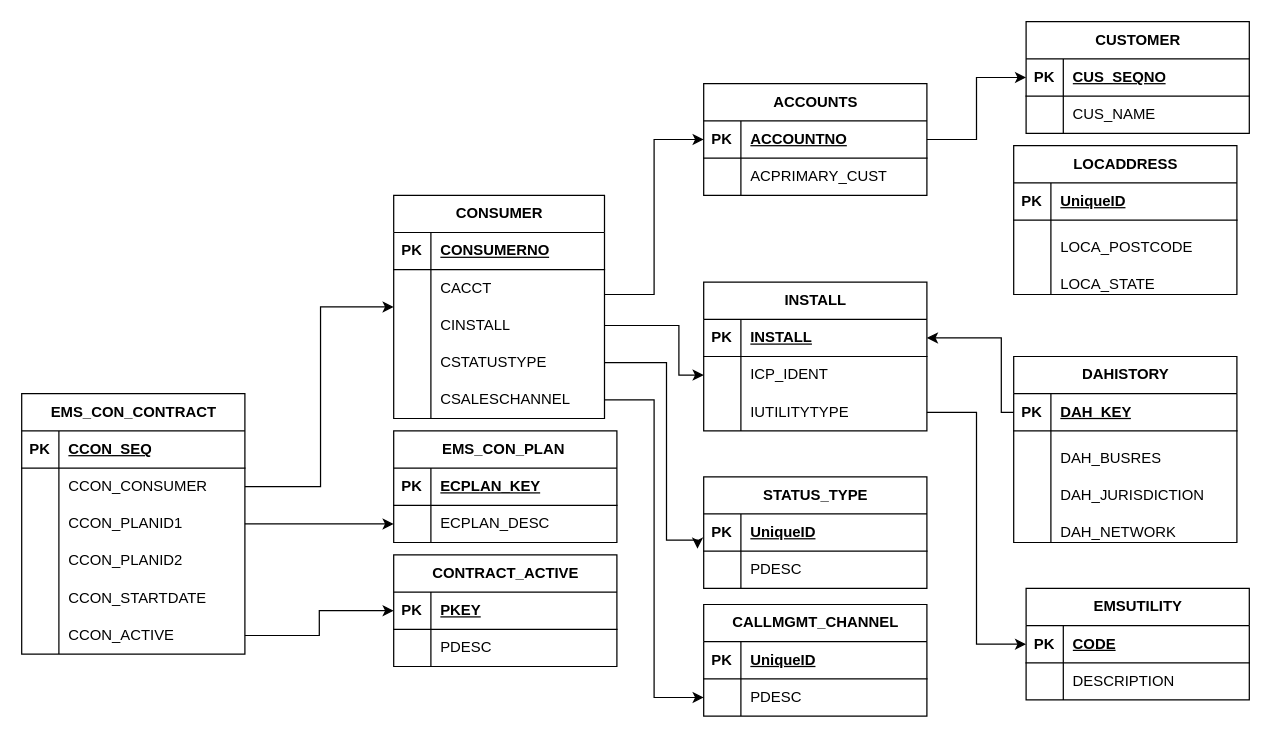
This is Untitled Diagram.drawio from mangoiceishere/test, a draw.io file, before an edit. Source tidied: cells renumbered, new cells numbered last; positions are measured from the earlier drawing's top-left corner, leaving out a move shared by most shapes. Both pictures are drawn from the tidied source at 124%, with x=0, y=0 at pixel (21, 21).
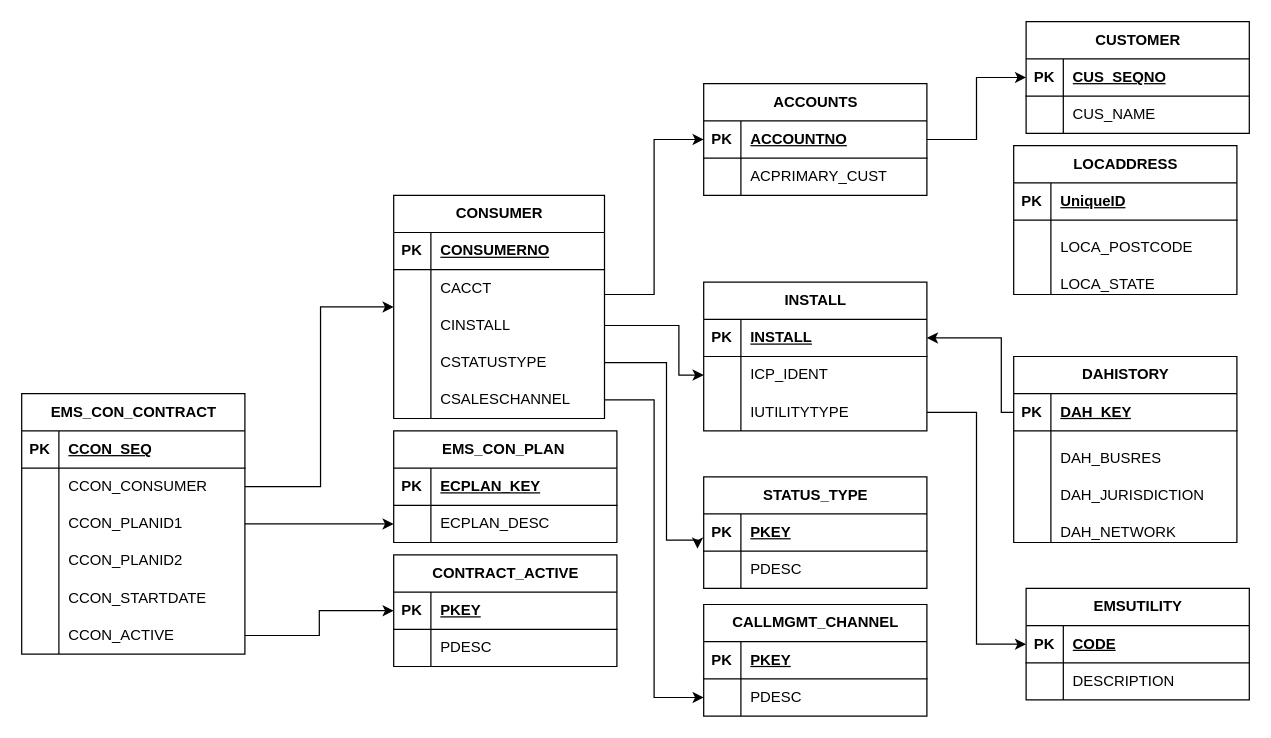
The same diagram, later.

Unchanged cells that the change refers to:
```xml
<mxCell id="63" style="shape=tableRow;horizontal=0;startSize=0;swimlaneHead=0;swimlaneBody=0;fillColor=none;top=0;left=0;right=0;bottom=1;" parent="62" vertex="1">
  <mxGeometry y="30" width="180" height="30" as="geometry" />
</mxCell>
<mxCell id="70" style="shape=tableRow;horizontal=0;startSize=0;swimlaneHead=0;swimlaneBody=0;fillColor=none;top=0;left=0;right=0;bottom=1;" parent="69" vertex="1">
  <mxGeometry y="30" width="180" height="30" as="geometry" />
</mxCell>
```

Diff of the diagram source:
```diff
@@
-    <mxCell id="65" value="UniqueID" style="shape=partialRectangle;fillColor=none;top=0;left=0;bottom=0;right=0;align=left;spacingLeft=6;fontStyle=5;overflow=hidden;whiteSpace=wrap;html=1;" parent="63" vertex="1">
+    <mxCell id="65" value="PKEY" style="shape=partialRectangle;fillColor=none;top=0;left=0;bottom=0;right=0;align=left;spacingLeft=6;fontStyle=5;overflow=hidden;whiteSpace=wrap;html=1;" parent="63" vertex="1">
       <mxGeometry x="30" width="150" height="30" as="geometry" />
     </mxCell>
@@
-    <mxCell id="72" value="UniqueID" style="shape=partialRectangle;fillColor=none;top=0;left=0;bottom=0;right=0;align=left;spacingLeft=6;fontStyle=5;overflow=hidden;whiteSpace=wrap;html=1;" parent="70" vertex="1">
+    <mxCell id="72" value="PKEY" style="shape=partialRectangle;fillColor=none;top=0;left=0;bottom=0;right=0;align=left;spacingLeft=6;fontStyle=5;overflow=hidden;whiteSpace=wrap;html=1;" parent="70" vertex="1">
       <mxGeometry x="30" width="150" height="30" as="geometry" />
     </mxCell>
```
